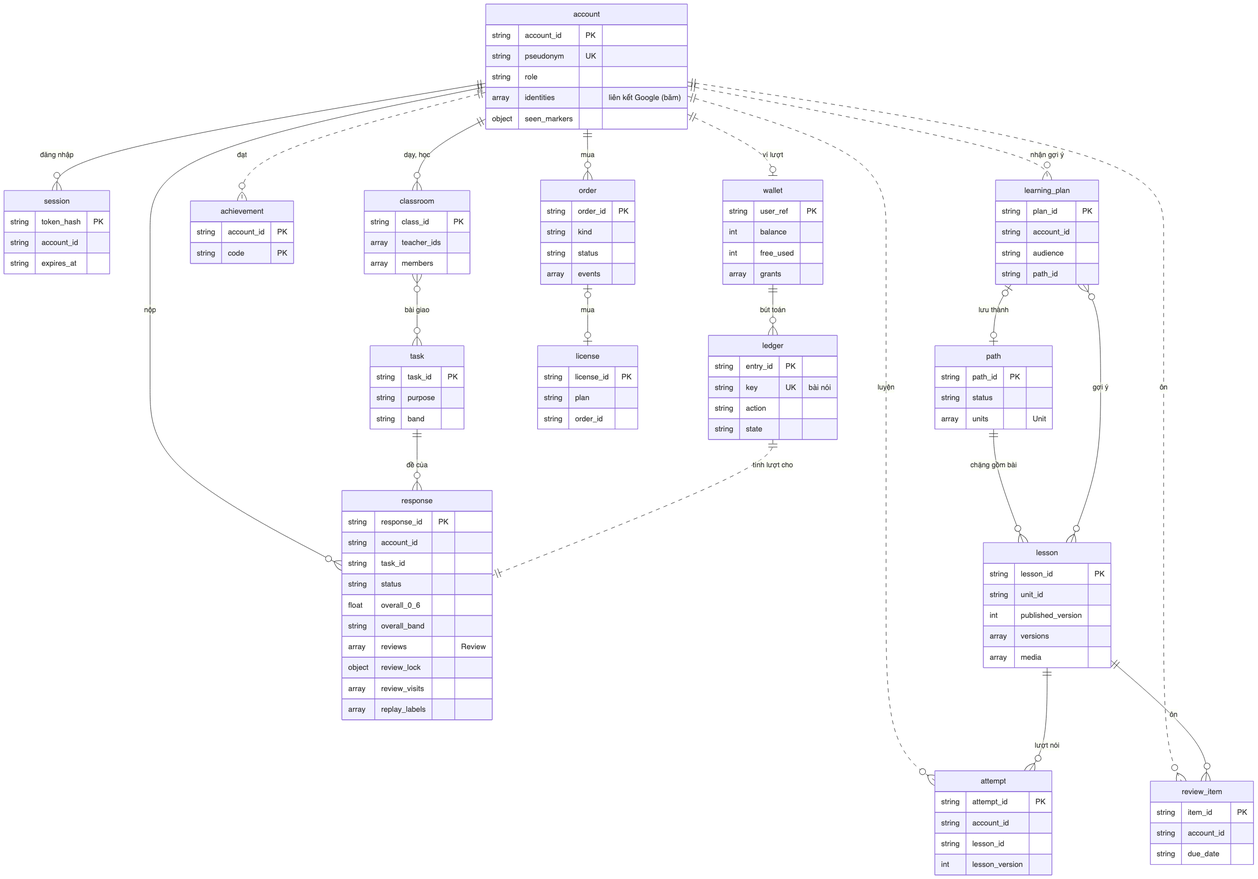
Before: docs/db/erd_core.png, a diagram exported from Mermaid (ThanhSangLouis/ai-assessor-cefr). Its source is kept beside it as docs/db/erd_core.mmd.
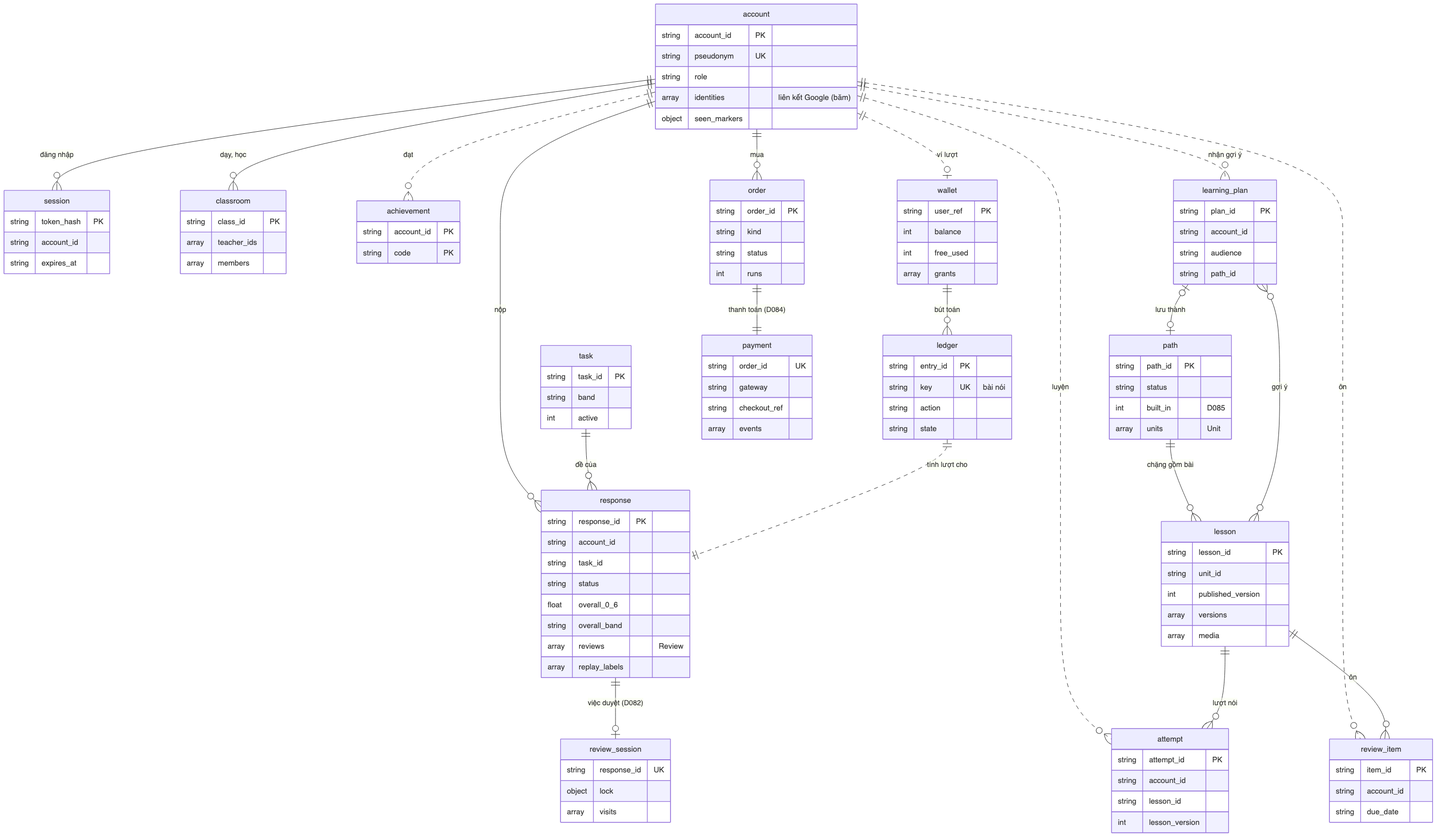
The same diagram one commit later.

What changed in the source:
```diff
@@ -10,7 +10,7 @@
     account ||--o{ order : "mua"
 
     task ||--o{ response : "đề của"
-    classroom }o--o{ task : "bài giao"
+    response ||--o| review_session : "việc duyệt (D082)"
 
     path ||--o{ lesson : "chặng gồm bài"
     lesson ||--o{ attempt : "lượt nói"
@@ -18,7 +18,7 @@
     learning_plan }o--o{ lesson : "gợi ý"
     learning_plan |o--o| path : "lưu thành"
 
-    order |o--o| license : "mua"
+    order ||--|| payment : "thanh toán (D084)"
     wallet ||--o{ ledger : "bút toán"
     ledger ||..|| response : "tính lượt cho"
 
@@ -36,8 +36,8 @@
     }
     task {
         string task_id PK
-        string purpose
         string band
+        int active
     }
     response {
         string response_id PK
@@ -47,9 +47,12 @@
         float overall_0_6
         string overall_band
         array reviews "Review"
-        object review_lock
-        array review_visits
         array replay_labels
+    }
+    review_session {
+        string response_id UK
+        object lock
+        array visits
     }
     classroom {
         string class_id PK
@@ -59,6 +62,7 @@
     path {
         string path_id PK
         string status
+        int built_in "D085"
         array units "Unit"
     }
     lesson {
@@ -93,12 +97,13 @@
         string order_id PK
         string kind
         string status
+        int runs
+    }
+    payment {
+        string order_id UK
+        string gateway
+        string checkout_ref
         array events
-    }
-    license {
-        string license_id PK
-        string plan
-        string order_id
     }
     wallet {
         string user_ref PK
```
